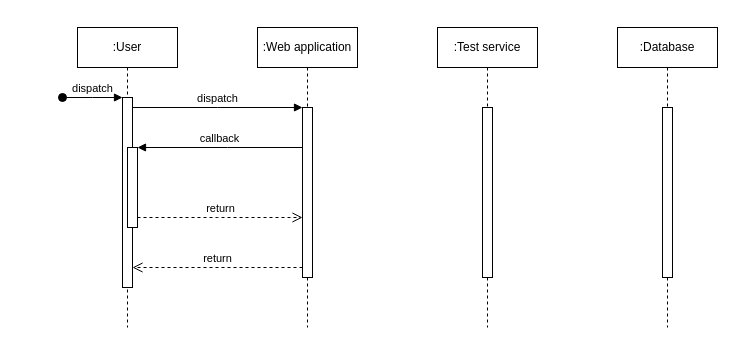
This is 6 task.drawio from marymakayeva/Practise_project, a draw.io file, before an edit. Source tidied: cells renumbered, new cells numbered last; positions are measured from the earlier drawing's top-left corner, leaving out a move shared by most shapes. Both pictures are drawn from the tidied source at 100%, with x=0, y=0 at pixel (62, 27).
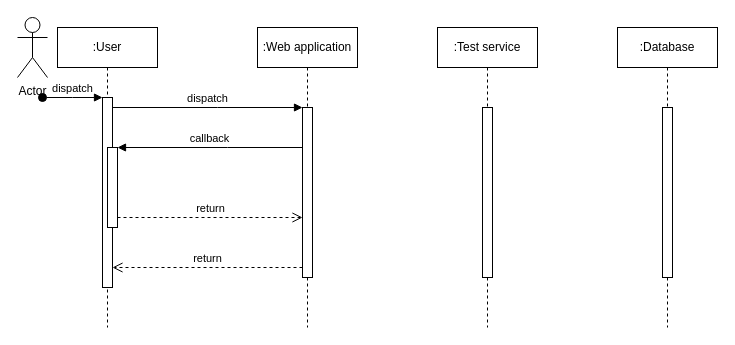
The same page after the edit.

Diff of the diagram source:
```diff
@@
-    <mxCell id="2" value=":User" style="shape=umlLifeline;perimeter=lifelinePerimeter;whiteSpace=wrap;html=1;newEdgeStyle={&quot;edgeStyle&quot;:&quot;elbowEdgeStyle&quot;,&quot;elbow&quot;:&quot;vertical&quot;,&quot;curved&quot;:0,&quot;rounded&quot;:0};" parent="1" vertex="1">
-      <mxGeometry x="15" width="100" height="300" as="geometry" />
+    <mxCell id="2" value=":User" style="shape=umlLifeline;perimeter=lifelinePerimeter;whiteSpace=wrap;html=1;newEdgeStyle={&quot;edgeStyle&quot;:&quot;elbowEdgeStyle&quot;,&quot;elbow&quot;:&quot;vertical&quot;,&quot;curved&quot;:0,&quot;rounded&quot;:0};size=40;" parent="1" vertex="1">
+      <mxGeometry x="-5" width="100" height="300" as="geometry" />
     </mxCell>
@@
+    <mxCell id="16" value="Actor" style="shape=umlActor;verticalLabelPosition=bottom;verticalAlign=top;html=1;" parent="1" vertex="1">
+      <mxGeometry x="-45" y="-10" width="30" height="60" as="geometry" />
+    </mxCell>
```
